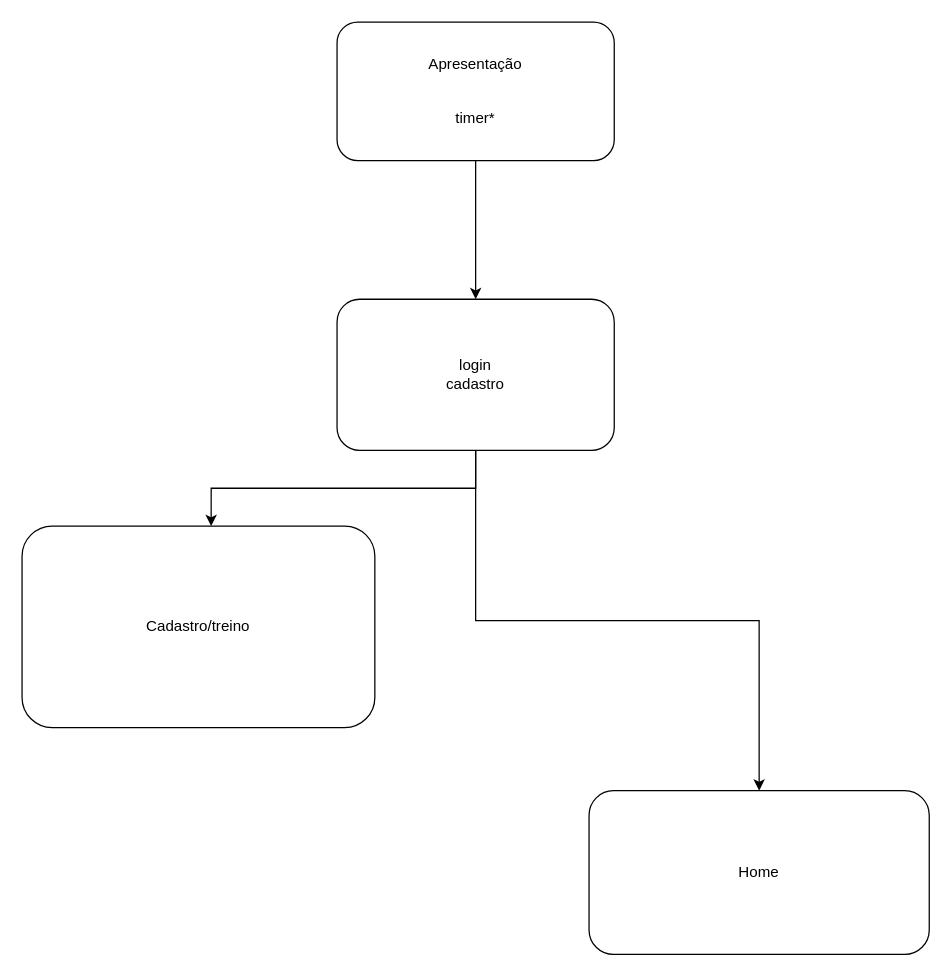
Before: documentos/diagramaAPP.drawio in DiegoCrassus/PDM-APP1, a draw.io diagram. Source tidied: cells renumbered, new cells numbered last; positions are measured from the earlier drawing's top-left corner, leaving out a move shared by most shapes. Both pictures are drawn from the tidied source at 126%, with x=0, y=0 at pixel (21, 21).
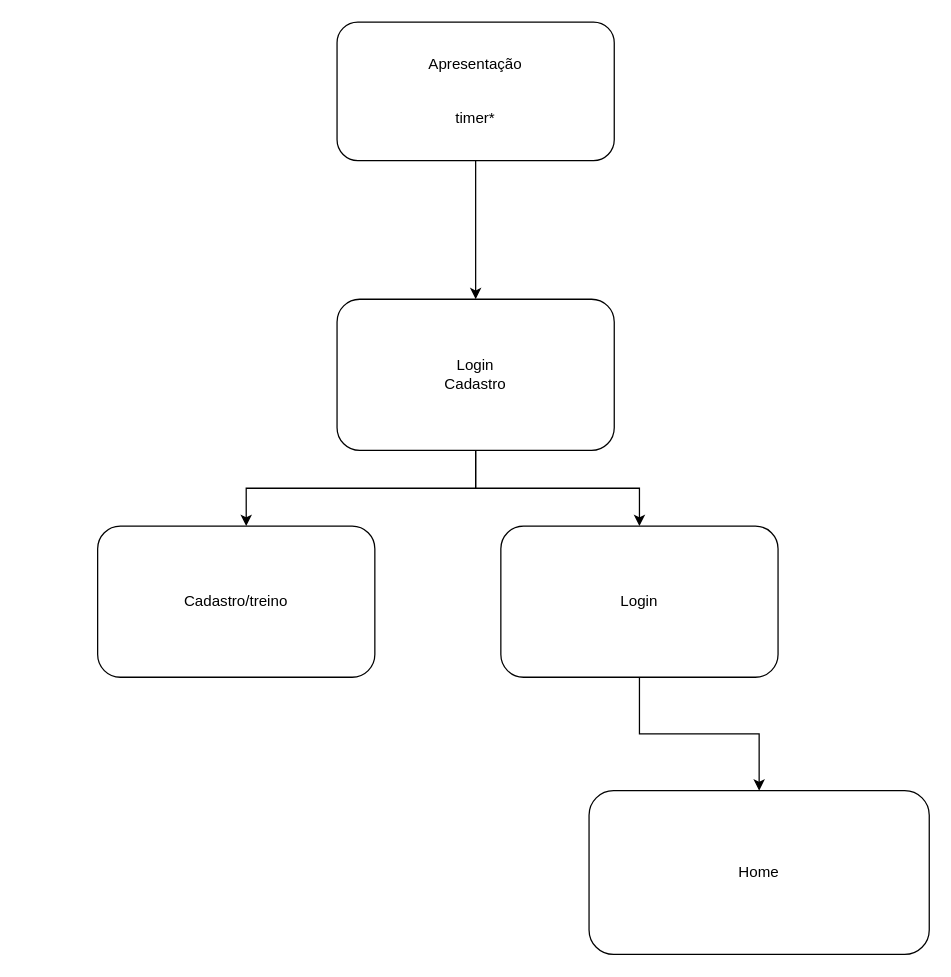
Above is the later version.

Commit message (it also covers changes not shown here):
ADD: base das telas e diagrama das telas

Diff of the diagram source:
```diff
@@
 <mxGraphModel>
   <root>
     <mxCell id="0" />
     <mxCell id="1" parent="0" />
-    <mxCell id="2" style="edgeStyle=orthogonalEdgeStyle;rounded=0;jettySize=auto;html=1;" parent="1" edge="1" source="3" target="6">
-      <mxGeometry relative="1" as="geometry" />
-    </mxCell>
+    <mxCell id="9" style="edgeStyle=orthogonalEdgeStyle;rounded=0;jettySize=auto;html=1;" parent="1" edge="1" source="3" target="12">
+      <mxGeometry relative="1" as="geometry" />
+    </mxCell>
     <mxCell id="3" value="Apresentação&lt;br&gt;&lt;br&gt;&lt;br&gt;timer*" style="rounded=1;whiteSpace=wrap;html=1;" parent="1" vertex="1">
       <mxGeometry x="250" width="220" height="110" as="geometry" />
     </mxCell>
-    <mxCell id="4" style="edgeStyle=orthogonalEdgeStyle;rounded=0;jettySize=auto;html=1;entryX=0.536;entryY=0;entryDx=0;entryDy=0;entryPerimeter=0;" parent="1" edge="1" source="6" target="7">
-      <mxGeometry relative="1" as="geometry" />
-    </mxCell>
-    <mxCell id="5" style="edgeStyle=orthogonalEdgeStyle;rounded=0;jettySize=auto;html=1;entryX=0.5;entryY=0;entryDx=0;entryDy=0;" parent="1" edge="1" source="6" target="8">
-      <mxGeometry relative="1" as="geometry" />
-    </mxCell>
-    <mxCell id="6" value="&lt;span&gt;login&lt;/span&gt;&lt;br&gt;&lt;span&gt;cadastro&lt;br&gt;&lt;/span&gt;" style="rounded=1;whiteSpace=wrap;html=1;" parent="1" vertex="1">
-      <mxGeometry x="250" y="220" width="220" height="120" as="geometry" />
-    </mxCell>
+    <mxCell id="10" style="edgeStyle=orthogonalEdgeStyle;rounded=0;jettySize=auto;html=1;entryX=0.536;entryY=0;entryDx=0;entryDy=0;entryPerimeter=0;" parent="1" edge="1" source="12" target="7">
+      <mxGeometry relative="1" as="geometry" />
+    </mxCell>
+    <mxCell id="11" style="edgeStyle=orthogonalEdgeStyle;rounded=0;jettySize=auto;html=1;" parent="1" edge="1" source="12" target="14">
+      <mxGeometry relative="1" as="geometry" />
+    </mxCell>
+    <mxCell id="12" value="&lt;span&gt;Login&lt;br&gt;Cadastro&lt;br&gt;&lt;/span&gt;" style="rounded=1;whiteSpace=wrap;html=1;" parent="1" vertex="1">
+      <mxGeometry x="250" y="220" width="220" height="120" as="geometry" />
+    </mxCell>
     <mxCell id="7" value="Cadastro/treino&lt;br&gt;" style="rounded=1;whiteSpace=wrap;html=1;" parent="1" vertex="1">
-      <mxGeometry y="400" width="280" height="160" as="geometry" />
+      <mxGeometry x="60" y="400" width="220" height="120" as="geometry" />
     </mxCell>
     <mxCell id="8" value="Home" style="rounded=1;whiteSpace=wrap;html=1;" parent="1" vertex="1">
       <mxGeometry x="450" y="610" width="270" height="130" as="geometry" />
     </mxCell>
+    <mxCell id="13" style="edgeStyle=orthogonalEdgeStyle;rounded=0;jettySize=auto;html=1;" parent="1" edge="1" source="14" target="8">
+      <mxGeometry relative="1" as="geometry" />
+    </mxCell>
+    <mxCell id="14" value="&lt;span&gt;Login&lt;/span&gt;&lt;span&gt;&lt;br&gt;&lt;/span&gt;" style="rounded=1;whiteSpace=wrap;html=1;" parent="1" vertex="1">
+      <mxGeometry x="380" y="400" width="220" height="120" as="geometry" />
+    </mxCell>
   </root>
 </mxGraphModel>
```
